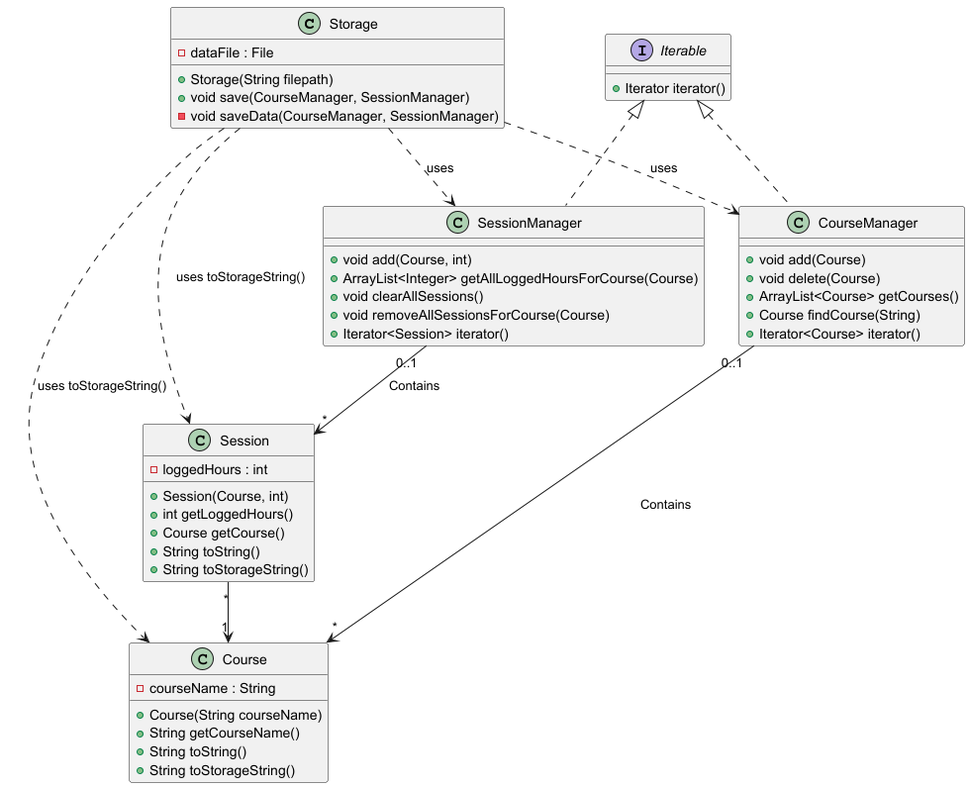
The PlantUML diagram docs/diagrams/StorageClassDiagram.png in t-kandasami/tp, before a commit.
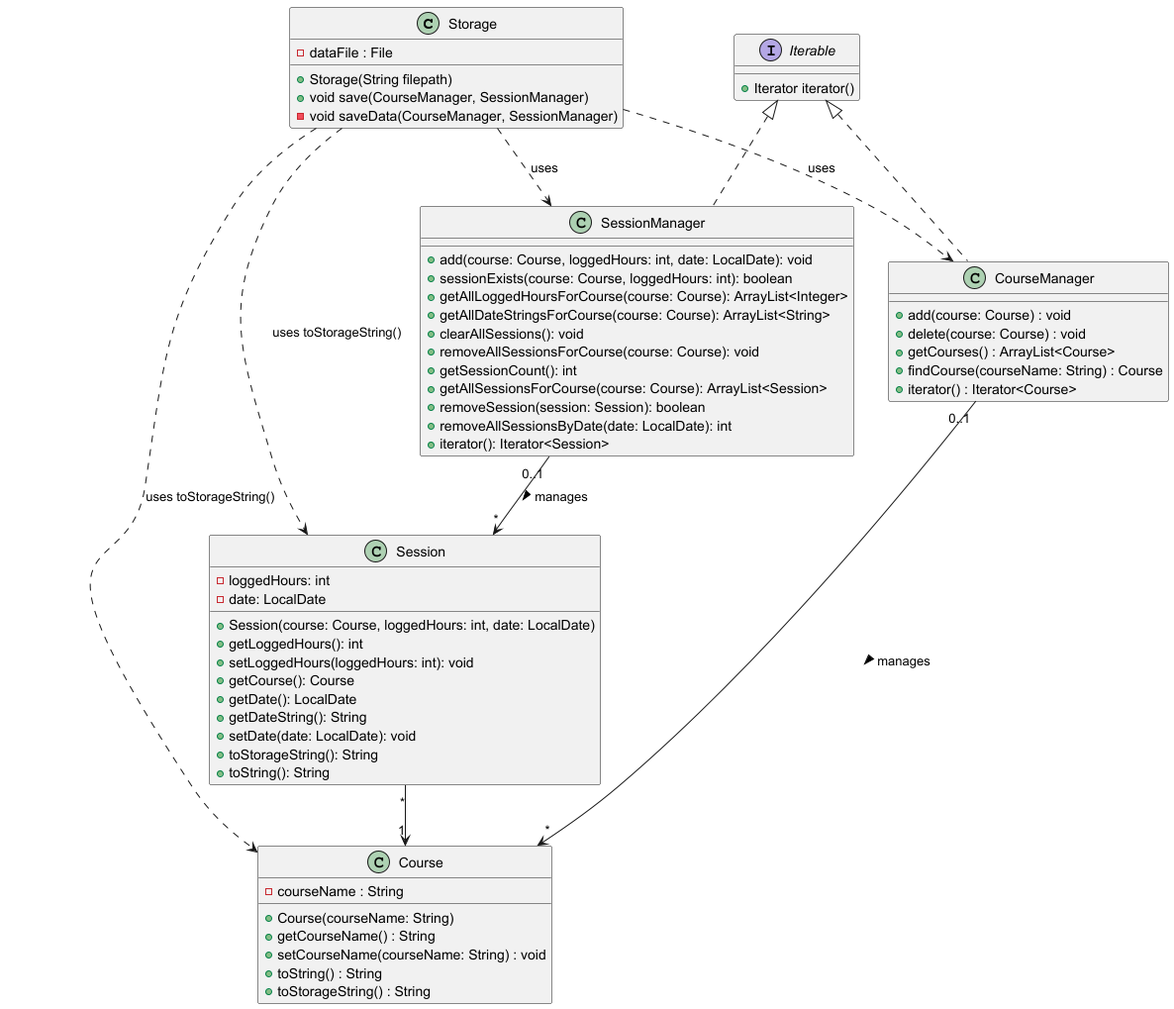
Later version of the same file.

Commit message:
docs: update storage class diagram

The edit, as a diff of the source:
```diff
@@ -9,35 +9,49 @@
 
 class Course {
     - courseName : String
-    + Course(String courseName)
-    + String getCourseName()
-    + String toString()
-    + String toStorageString()
+    + Course(courseName: String)
+    + getCourseName() : String
+    + setCourseName(courseName: String) : void
+    + toString() : String
+    + toStorageString() : String
 }
 
 class Session {
-    - loggedHours : int
-    + Session(Course, int)
-    + int getLoggedHours()
-    + Course getCourse()
-    + String toString()
-    + String toStorageString()
+    - loggedHours: int
+    - date: LocalDate
+
+    + Session(course: Course, loggedHours: int, date: LocalDate)
+    + getLoggedHours(): int
+    + setLoggedHours(loggedHours: int): void
+    + getCourse(): Course
+    + getDate(): LocalDate
+    + getDateString(): String
+    + setDate(date: LocalDate): void
+    + toStorageString(): String
+    + toString(): String
 }
 
 class CourseManager {
-    + void add(Course)
-    + void delete(Course)
-    + ArrayList<Course> getCourses()
-    + Course findCourse(String)
-    + Iterator<Course> iterator()
+    + add(course: Course) : void
+    + delete(course: Course) : void
+    + getCourses() : ArrayList<Course>
+    + findCourse(courseName: String) : Course
+    + iterator() : Iterator<Course>
 }
 
-class SessionManager {
-    + void add(Course, int)
-    + ArrayList<Integer> getAllLoggedHoursForCourse(Course)
-    + void clearAllSessions()
-    + void removeAllSessionsForCourse(Course)
-    + Iterator<Session> iterator()
+class SessionManager{
+
+    + add(course: Course, loggedHours: int, date: LocalDate): void
+    + sessionExists(course: Course, loggedHours: int): boolean
+    + getAllLoggedHoursForCourse(course: Course): ArrayList<Integer>
+    + getAllDateStringsForCourse(course: Course): ArrayList<String>
+    + clearAllSessions(): void
+    + removeAllSessionsForCourse(course: Course): void
+    + getSessionCount(): int
+    + getAllSessionsForCourse(course: Course): ArrayList<Session>
+    + removeSession(session: Session): boolean
+    + removeAllSessionsByDate(date: LocalDate): int
+    + iterator(): Iterator<Session>
 }
 
 
@@ -52,8 +66,8 @@
 Iterable<|.. CourseManager
 Iterable <|.. SessionManager
 
-CourseManager "0..1" --> "*" Course : Contains
-SessionManager "0..1" --> "*" Session : Contains
+CourseManager "0..1" --> "*" Course : manages >
+SessionManager "0..1" --> "*" Session : manages >
 
 Session "*"-->"1" Course
 
```
